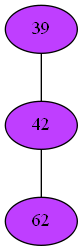
This is Compiler/16phiGraph.png from mbajaj92/Project-Astoria, a Graphviz export, as it was before one commit. Its source is kept beside it as Compiler/16phiGraph.dot.
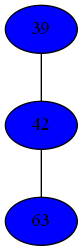
Later version of the same file.

Diff of the diagram source:
```diff
@@ -1,9 +1,9 @@
 strict graph {
-39[label="39" style=filled fillcolor="darkorchid1"];
+39[label="39" style=filled fillcolor="blue1"];
 39 -- 42
-42[label="42" style=filled fillcolor="darkorchid1"];
+42[label="42" style=filled fillcolor="blue1"];
 42 -- 39
-42 -- 62
-62[label="62" style=filled fillcolor="darkorchid1"];
-62 -- 42
+42 -- 63
+63[label="63" style=filled fillcolor="blue1"];
+63 -- 42
 }
```
